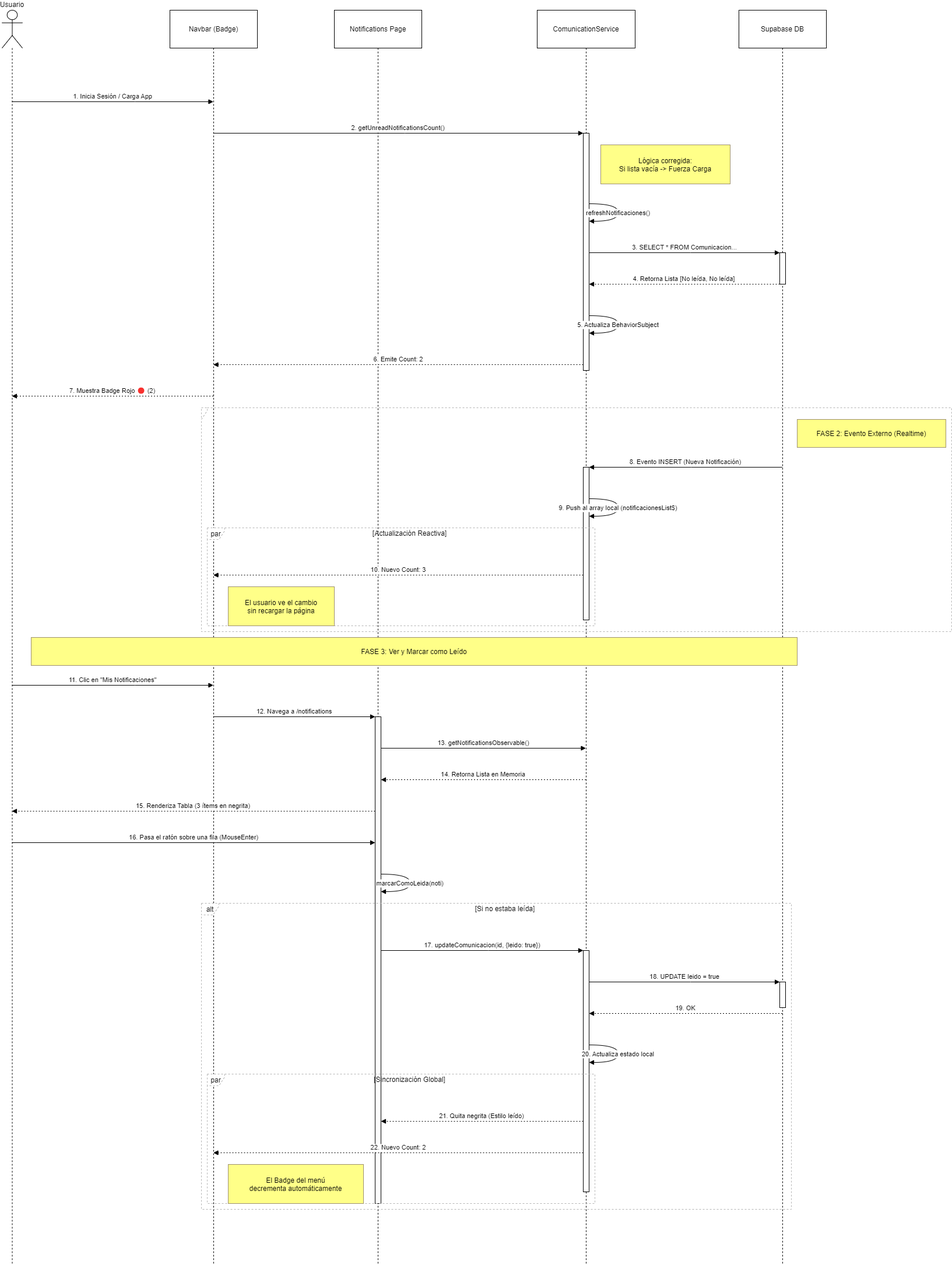
The draw.io diagram docs/diagramas/secuencias/notificaciones.drawio.png in egilp04/TFG_Cuidados, before a commit. Source tidied: cells renumbered, new cells last; positions are measured from the earlier drawing's top-left corner, leaving out a move shared by most shapes. Its diagram source:
```xml
<mxGraphModel>
  <root>
    <mxCell id="0" />
    <mxCell id="1" parent="0" />
    <mxCell id="2" value="Usuario" style="shape=umlLifeline;perimeter=lifelinePerimeter;whiteSpace=wrap;outlineConnect=0;portConstraint=eastwest;newEdgeStyle={&quot;edgeStyle&quot;:&quot;elbowEdgeStyle&quot;,&quot;elbow&quot;:&quot;vertical&quot;,&quot;curved&quot;:0,&quot;rounded&quot;:0};participant=umlActor;verticalAlign=bottom;labelPosition=center;verticalLabelPosition=top;align=center;size=65;" parent="1" vertex="1">
      <mxGeometry width="35" height="2152" as="geometry" />
    </mxCell>
    <mxCell id="3" value="Navbar (Badge)" style="shape=umlLifeline;perimeter=lifelinePerimeter;whiteSpace=wrap;outlineConnect=0;portConstraint=eastwest;newEdgeStyle={&quot;edgeStyle&quot;:&quot;elbowEdgeStyle&quot;,&quot;elbow&quot;:&quot;vertical&quot;,&quot;curved&quot;:0,&quot;rounded&quot;:0};size=65;" parent="1" vertex="1">
      <mxGeometry x="288" width="150" height="2152" as="geometry" />
    </mxCell>
    <mxCell id="4" value="Notifications Page" style="shape=umlLifeline;perimeter=lifelinePerimeter;whiteSpace=wrap;newEdgeStyle={&quot;edgeStyle&quot;:&quot;elbowEdgeStyle&quot;,&quot;elbow&quot;:&quot;vertical&quot;,&quot;curved&quot;:0,&quot;rounded&quot;:0};size=65;" parent="1" vertex="1">
      <mxGeometry x="570" width="150" height="2152" as="geometry" />
    </mxCell>
    <mxCell id="5" style="points=[];perimeter=orthogonalPerimeter;outlineConnect=0;targetShapes=umlLifeline;portConstraint=eastwest;newEdgeStyle={&quot;edgeStyle&quot;:&quot;elbowEdgeStyle&quot;,&quot;elbow&quot;:&quot;vertical&quot;,&quot;curved&quot;:0,&quot;rounded&quot;:0};" parent="4" vertex="1">
      <mxGeometry x="70" y="1212" width="10" height="835" as="geometry" />
    </mxCell>
    <mxCell id="6" value="ComunicationService" style="shape=umlLifeline;perimeter=lifelinePerimeter;whiteSpace=wrap;outlineConnect=0;portConstraint=eastwest;newEdgeStyle={&quot;edgeStyle&quot;:&quot;elbowEdgeStyle&quot;,&quot;elbow&quot;:&quot;vertical&quot;,&quot;curved&quot;:0,&quot;rounded&quot;:0};size=65;" parent="1" vertex="1">
      <mxGeometry x="918" width="168" height="2152" as="geometry" />
    </mxCell>
    <mxCell id="7" style="points=[];perimeter=orthogonalPerimeter;outlineConnect=0;targetShapes=umlLifeline;portConstraint=eastwest;newEdgeStyle={&quot;edgeStyle&quot;:&quot;elbowEdgeStyle&quot;,&quot;elbow&quot;:&quot;vertical&quot;,&quot;curved&quot;:0,&quot;rounded&quot;:0};" parent="6" vertex="1">
      <mxGeometry x="79" y="211" width="10" height="407" as="geometry" />
    </mxCell>
    <mxCell id="8" style="points=[];perimeter=orthogonalPerimeter;outlineConnect=0;targetShapes=umlLifeline;portConstraint=eastwest;newEdgeStyle={&quot;edgeStyle&quot;:&quot;elbowEdgeStyle&quot;,&quot;elbow&quot;:&quot;vertical&quot;,&quot;curved&quot;:0,&quot;rounded&quot;:0};" parent="6" vertex="1">
      <mxGeometry x="79" y="784" width="10" height="262" as="geometry" />
    </mxCell>
    <mxCell id="9" style="points=[];perimeter=orthogonalPerimeter;outlineConnect=0;targetShapes=umlLifeline;portConstraint=eastwest;newEdgeStyle={&quot;edgeStyle&quot;:&quot;elbowEdgeStyle&quot;,&quot;elbow&quot;:&quot;vertical&quot;,&quot;curved&quot;:0,&quot;rounded&quot;:0};" parent="6" vertex="1">
      <mxGeometry x="79" y="1613" width="10" height="414" as="geometry" />
    </mxCell>
    <mxCell id="10" value="Supabase DB" style="shape=umlLifeline;perimeter=lifelinePerimeter;whiteSpace=wrap;outlineConnect=0;portConstraint=eastwest;newEdgeStyle={&quot;edgeStyle&quot;:&quot;elbowEdgeStyle&quot;,&quot;elbow&quot;:&quot;vertical&quot;,&quot;curved&quot;:0,&quot;rounded&quot;:0};size=65;" parent="1" vertex="1">
      <mxGeometry x="1264" width="150" height="2152" as="geometry" />
    </mxCell>
    <mxCell id="11" style="points=[];perimeter=orthogonalPerimeter;outlineConnect=0;targetShapes=umlLifeline;portConstraint=eastwest;newEdgeStyle={&quot;edgeStyle&quot;:&quot;elbowEdgeStyle&quot;,&quot;elbow&quot;:&quot;vertical&quot;,&quot;curved&quot;:0,&quot;rounded&quot;:0};" parent="10" vertex="1">
      <mxGeometry x="70" y="416" width="10" height="54" as="geometry" />
    </mxCell>
    <mxCell id="12" style="points=[];perimeter=orthogonalPerimeter;outlineConnect=0;targetShapes=umlLifeline;portConstraint=eastwest;newEdgeStyle={&quot;edgeStyle&quot;:&quot;elbowEdgeStyle&quot;,&quot;elbow&quot;:&quot;vertical&quot;,&quot;curved&quot;:0,&quot;rounded&quot;:0};" parent="10" vertex="1">
      <mxGeometry x="70" y="1667" width="10" height="44" as="geometry" />
    </mxCell>
    <mxCell id="13" value="par" style="shape=umlFrame;dashed=1;strokeColor=#B3B3B3;height=20;width=30;" parent="1" vertex="1">
      <mxGeometry x="352" y="888" width="665" height="168" as="geometry" />
    </mxCell>
    <mxCell id="14" value="[Actualización Reactiva]" style="text;strokeColor=none;fillColor=none;align=center;verticalAlign=middle;whiteSpace=wrap;" parent="13" vertex="1">
      <mxGeometry x="30" width="635" height="20" as="geometry" />
    </mxCell>
    <mxCell id="15" style="shape=umlFrame;dashed=1;strokeColor=#B3B3B3;height=20;width=0;" parent="1" vertex="1">
      <mxGeometry x="342" y="682" width="1287" height="384" as="geometry" />
    </mxCell>
    <mxCell id="16" style="text;strokeColor=none;fillColor=none;align=center;verticalAlign=middle;whiteSpace=wrap;" parent="15" vertex="1">
      <mxGeometry width="1287" height="20" as="geometry" />
    </mxCell>
    <mxCell id="17" value="par" style="shape=umlFrame;dashed=1;strokeColor=#B3B3B3;height=20;width=30;" parent="1" vertex="1">
      <mxGeometry x="352" y="1825" width="665" height="222" as="geometry" />
    </mxCell>
    <mxCell id="18" value="[Sincronización Global]" style="text;strokeColor=none;fillColor=none;align=center;verticalAlign=middle;whiteSpace=wrap;" parent="17" vertex="1">
      <mxGeometry x="30" width="635" height="20" as="geometry" />
    </mxCell>
    <mxCell id="19" value="alt" style="shape=umlFrame;dashed=1;strokeColor=#B3B3B3;height=20;width=30;" parent="1" vertex="1">
      <mxGeometry x="342" y="1532" width="1012" height="525" as="geometry" />
    </mxCell>
    <mxCell id="20" value="[Si no estaba leída]" style="text;strokeColor=none;fillColor=none;align=center;verticalAlign=middle;whiteSpace=wrap;" parent="19" vertex="1">
      <mxGeometry x="30" width="982" height="20" as="geometry" />
    </mxCell>
    <mxCell id="21" value="1. Inicia Sesión / Carga App" style="verticalAlign=bottom;edgeStyle=elbowEdgeStyle;elbow=vertical;curved=0;rounded=0;endArrow=block;" parent="1" edge="1" source="2" target="3">
      <mxGeometry relative="1" as="geometry">
        <Array as="points">
          <mxPoint x="228" y="157" />
        </Array>
      </mxGeometry>
    </mxCell>
    <mxCell id="22" value="2. getUnreadNotificationsCount()" style="verticalAlign=bottom;edgeStyle=elbowEdgeStyle;elbow=vertical;curved=0;rounded=0;endArrow=block;" parent="1" edge="1" source="3" target="7">
      <mxGeometry relative="1" as="geometry">
        <Array as="points">
          <mxPoint x="691" y="211" />
        </Array>
      </mxGeometry>
    </mxCell>
    <mxCell id="23" value="refreshNotificaciones()" style="curved=1;endArrow=block;rounded=0;" parent="1" edge="1" source="7" target="7">
      <mxGeometry relative="1" as="geometry">
        <Array as="points">
          <mxPoint x="1057" y="332" />
          <mxPoint x="1057" y="362" />
        </Array>
      </mxGeometry>
    </mxCell>
    <mxCell id="24" value="3. SELECT * FROM Comunicacion..." style="verticalAlign=bottom;edgeStyle=elbowEdgeStyle;elbow=vertical;curved=0;rounded=0;endArrow=block;" parent="1" edge="1" source="7" target="11">
      <mxGeometry relative="1" as="geometry">
        <Array as="points">
          <mxPoint x="1181" y="416" />
        </Array>
      </mxGeometry>
    </mxCell>
    <mxCell id="25" value="4. Retorna Lista [No leída, No leída]" style="verticalAlign=bottom;edgeStyle=elbowEdgeStyle;elbow=vertical;curved=0;rounded=0;dashed=1;dashPattern=2 3;endArrow=block;" parent="1" edge="1" source="11" target="7">
      <mxGeometry relative="1" as="geometry">
        <Array as="points">
          <mxPoint x="1182" y="470" />
        </Array>
      </mxGeometry>
    </mxCell>
    <mxCell id="26" value="5. Actualiza BehaviorSubject" style="curved=1;endArrow=block;rounded=0;" parent="1" edge="1" source="7" target="7">
      <mxGeometry relative="1" as="geometry">
        <Array as="points">
          <mxPoint x="1057" y="524" />
          <mxPoint x="1057" y="554" />
        </Array>
      </mxGeometry>
    </mxCell>
    <mxCell id="27" value="6. Emite Count: 2" style="verticalAlign=bottom;edgeStyle=elbowEdgeStyle;elbow=vertical;curved=0;rounded=0;dashed=1;dashPattern=2 3;endArrow=block;" parent="1" edge="1" source="7" target="3">
      <mxGeometry relative="1" as="geometry">
        <Array as="points">
          <mxPoint x="692" y="608" />
        </Array>
      </mxGeometry>
    </mxCell>
    <mxCell id="28" value="7. Muestra Badge Rojo 🔴 (2)" style="verticalAlign=bottom;edgeStyle=elbowEdgeStyle;elbow=vertical;curved=0;rounded=0;dashed=1;dashPattern=2 3;endArrow=block;" parent="1" edge="1" source="3" target="2">
      <mxGeometry relative="1" as="geometry">
        <Array as="points">
          <mxPoint x="231" y="662" />
        </Array>
      </mxGeometry>
    </mxCell>
    <mxCell id="29" value="8. Evento INSERT (Nueva Notificación)" style="verticalAlign=bottom;edgeStyle=elbowEdgeStyle;elbow=vertical;curved=0;rounded=0;endArrow=block;" parent="1" edge="1" source="10" target="8">
      <mxGeometry relative="1" as="geometry">
        <Array as="points">
          <mxPoint x="1182" y="784" />
        </Array>
      </mxGeometry>
    </mxCell>
    <mxCell id="30" value="9. Push al array local (notificacionesList$)" style="curved=1;endArrow=block;rounded=0;" parent="1" edge="1" source="8" target="8">
      <mxGeometry relative="1" as="geometry">
        <Array as="points">
          <mxPoint x="1057" y="838" />
          <mxPoint x="1057" y="868" />
        </Array>
      </mxGeometry>
    </mxCell>
    <mxCell id="31" value="10. Nuevo Count: 3" style="verticalAlign=bottom;edgeStyle=elbowEdgeStyle;elbow=vertical;curved=0;rounded=0;dashed=1;dashPattern=2 3;endArrow=block;" parent="1" edge="1" source="8" target="3">
      <mxGeometry relative="1" as="geometry">
        <Array as="points">
          <mxPoint x="692" y="969" />
        </Array>
      </mxGeometry>
    </mxCell>
    <mxCell id="32" value="11. Clic en &quot;Mis Notificaciones&quot;" style="verticalAlign=bottom;edgeStyle=elbowEdgeStyle;elbow=vertical;curved=0;rounded=0;endArrow=block;" parent="1" edge="1" source="2" target="3">
      <mxGeometry relative="1" as="geometry">
        <Array as="points">
          <mxPoint x="228" y="1158" />
        </Array>
      </mxGeometry>
    </mxCell>
    <mxCell id="33" value="12. Navega a /notifications" style="verticalAlign=bottom;edgeStyle=elbowEdgeStyle;elbow=vertical;curved=0;rounded=0;endArrow=block;" parent="1" edge="1" source="3" target="5">
      <mxGeometry relative="1" as="geometry">
        <Array as="points">
          <mxPoint x="513" y="1212" />
        </Array>
      </mxGeometry>
    </mxCell>
    <mxCell id="34" value="13. getNotificationsObservable()" style="verticalAlign=bottom;edgeStyle=elbowEdgeStyle;elbow=vertical;curved=0;rounded=0;endArrow=block;" parent="1" edge="1" source="5" target="6">
      <mxGeometry relative="1" as="geometry">
        <Array as="points">
          <mxPoint x="834" y="1266" />
        </Array>
      </mxGeometry>
    </mxCell>
    <mxCell id="35" value="14. Retorna Lista en Memoria" style="verticalAlign=bottom;edgeStyle=elbowEdgeStyle;elbow=vertical;curved=0;rounded=0;dashed=1;dashPattern=2 3;endArrow=block;" parent="1" edge="1" source="6" target="5">
      <mxGeometry relative="1" as="geometry">
        <Array as="points">
          <mxPoint x="837" y="1320" />
        </Array>
      </mxGeometry>
    </mxCell>
    <mxCell id="36" value="15. Renderiza Tabla (3 ítems en negrita)" style="verticalAlign=bottom;edgeStyle=elbowEdgeStyle;elbow=vertical;curved=0;rounded=0;dashed=1;dashPattern=2 3;endArrow=block;" parent="1" edge="1" source="5" target="2">
      <mxGeometry relative="1" as="geometry">
        <Array as="points">
          <mxPoint x="370" y="1374" />
        </Array>
      </mxGeometry>
    </mxCell>
    <mxCell id="37" value="16. Pasa el ratón sobre una fila (MouseEnter)" style="verticalAlign=bottom;edgeStyle=elbowEdgeStyle;elbow=vertical;curved=0;rounded=0;endArrow=block;" parent="1" edge="1" source="2" target="5">
      <mxGeometry relative="1" as="geometry">
        <Array as="points">
          <mxPoint x="367" y="1428" />
        </Array>
      </mxGeometry>
    </mxCell>
    <mxCell id="38" value="marcarComoLeida(noti)" style="curved=1;endArrow=block;rounded=0;" parent="1" edge="1" source="5" target="5">
      <mxGeometry relative="1" as="geometry">
        <Array as="points">
          <mxPoint x="700" y="1482" />
          <mxPoint x="700" y="1512" />
        </Array>
      </mxGeometry>
    </mxCell>
    <mxCell id="39" value="17. updateComunicacion(id, {leido: true})" style="verticalAlign=bottom;edgeStyle=elbowEdgeStyle;elbow=vertical;curved=0;rounded=0;endArrow=block;" parent="1" edge="1" source="5" target="9">
      <mxGeometry relative="1" as="geometry">
        <Array as="points">
          <mxPoint x="834" y="1613" />
        </Array>
      </mxGeometry>
    </mxCell>
    <mxCell id="40" value="18. UPDATE leido = true" style="verticalAlign=bottom;edgeStyle=elbowEdgeStyle;elbow=vertical;curved=0;rounded=0;endArrow=block;" parent="1" edge="1" source="9" target="12">
      <mxGeometry relative="1" as="geometry">
        <Array as="points">
          <mxPoint x="1181" y="1667" />
        </Array>
      </mxGeometry>
    </mxCell>
    <mxCell id="41" value="19. OK" style="verticalAlign=bottom;edgeStyle=elbowEdgeStyle;elbow=vertical;curved=0;rounded=0;dashed=1;dashPattern=2 3;endArrow=block;" parent="1" edge="1" source="10" target="9">
      <mxGeometry relative="1" as="geometry">
        <Array as="points">
          <mxPoint x="1182" y="1721" />
        </Array>
      </mxGeometry>
    </mxCell>
    <mxCell id="42" value="20. Actualiza estado local" style="curved=1;endArrow=block;rounded=0;" parent="1" edge="1" source="9" target="9">
      <mxGeometry relative="1" as="geometry">
        <Array as="points">
          <mxPoint x="1057" y="1775" />
          <mxPoint x="1057" y="1805" />
        </Array>
      </mxGeometry>
    </mxCell>
    <mxCell id="43" value="21. Quita negrita (Estilo leído)" style="verticalAlign=bottom;edgeStyle=elbowEdgeStyle;elbow=vertical;curved=0;rounded=0;dashed=1;dashPattern=2 3;endArrow=block;" parent="1" edge="1" source="9" target="5">
      <mxGeometry relative="1" as="geometry">
        <Array as="points">
          <mxPoint x="835" y="1906" />
        </Array>
      </mxGeometry>
    </mxCell>
    <mxCell id="44" value="22. Nuevo Count: 2" style="verticalAlign=bottom;edgeStyle=elbowEdgeStyle;elbow=vertical;curved=0;rounded=0;dashed=1;dashPattern=2 3;endArrow=block;" parent="1" edge="1" source="9" target="3">
      <mxGeometry relative="1" as="geometry">
        <Array as="points">
          <mxPoint x="692" y="1960" />
        </Array>
      </mxGeometry>
    </mxCell>
    <mxCell id="45" value="Lógica corregida:&#10;Si lista vacía -&gt; Fuerza Carga" style="fillColor=#ffff88;strokeColor=#9E916F;" parent="1" vertex="1">
      <mxGeometry x="1027" y="231" width="222" height="67" as="geometry" />
    </mxCell>
    <mxCell id="46" value="FASE 2: Evento Externo (Realtime)" style="fillColor=#ffff88;strokeColor=#9E916F;" parent="1" vertex="1">
      <mxGeometry x="1364" y="702" width="255" height="48" as="geometry" />
    </mxCell>
    <mxCell id="47" value="El usuario ve el cambio&#10;sin recargar la página" style="fillColor=#ffff88;strokeColor=#9E916F;" parent="1" vertex="1">
      <mxGeometry x="388" y="989" width="182" height="67" as="geometry" />
    </mxCell>
    <mxCell id="48" value="FASE 3: Ver y Marcar como Leído" style="fillColor=#ffff88;strokeColor=#9E916F;" parent="1" vertex="1">
      <mxGeometry x="50" y="1076" width="1314" height="48" as="geometry" />
    </mxCell>
    <mxCell id="49" value="El Badge del menú&#10;decrementa automáticamente" style="fillColor=#ffff88;strokeColor=#9E916F;" parent="1" vertex="1">
      <mxGeometry x="388" y="1980" width="232" height="67" as="geometry" />
    </mxCell>
  </root>
</mxGraphModel>
```
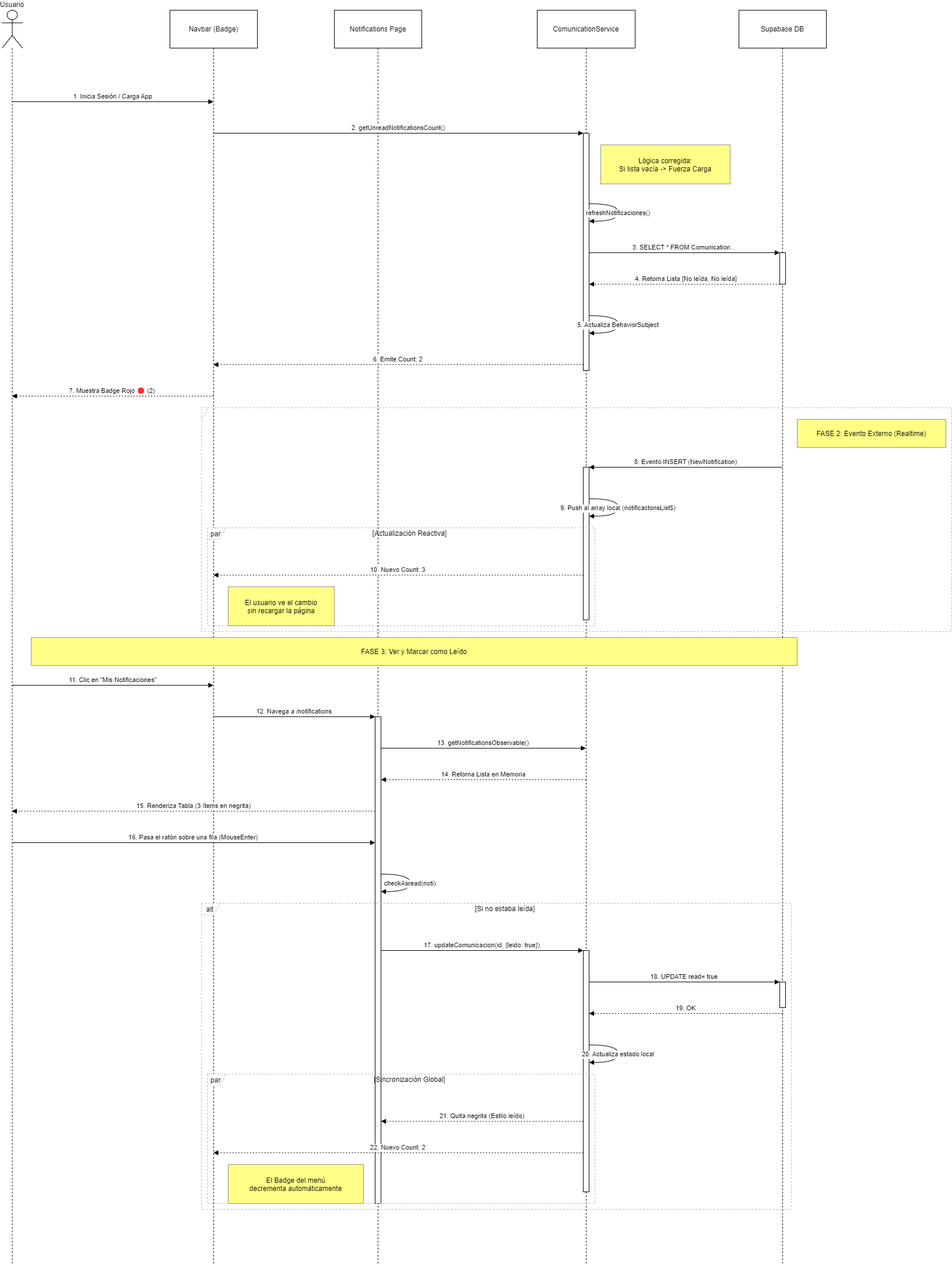
Later version of the same file.

The edit, as a diff of the source:
```diff
@@ -81,7 +81,7 @@
         </Array>
       </mxGeometry>
     </mxCell>
-    <mxCell id="24" value="3. SELECT * FROM Comunicacion..." style="verticalAlign=bottom;edgeStyle=elbowEdgeStyle;elbow=vertical;curved=0;rounded=0;endArrow=block;" parent="1" edge="1" source="7" target="11">
+    <mxCell id="24" value="3. SELECT * FROM Comunication..." style="verticalAlign=bottom;edgeStyle=elbowEdgeStyle;elbow=vertical;curved=0;rounded=0;endArrow=block;" parent="1" edge="1" source="7" target="11">
       <mxGeometry relative="1" as="geometry">
         <Array as="points">
           <mxPoint x="1181" y="416" />
@@ -117,14 +117,14 @@
         </Array>
       </mxGeometry>
     </mxCell>
-    <mxCell id="29" value="8. Evento INSERT (Nueva Notificación)" style="verticalAlign=bottom;edgeStyle=elbowEdgeStyle;elbow=vertical;curved=0;rounded=0;endArrow=block;" parent="1" edge="1" source="10" target="8">
+    <mxCell id="29" value="8. Evento INSERT (NewNotification)" style="verticalAlign=bottom;edgeStyle=elbowEdgeStyle;elbow=vertical;curved=0;rounded=0;endArrow=block;" parent="1" edge="1" source="10" target="8">
       <mxGeometry relative="1" as="geometry">
         <Array as="points">
           <mxPoint x="1182" y="784" />
         </Array>
       </mxGeometry>
     </mxCell>
-    <mxCell id="30" value="9. Push al array local (notificacionesList$)" style="curved=1;endArrow=block;rounded=0;" parent="1" edge="1" source="8" target="8">
+    <mxCell id="30" value="9. Push al array local (notificactonsList$)" style="curved=1;endArrow=block;rounded=0;" parent="1" edge="1" source="8" target="8">
       <mxGeometry relative="1" as="geometry">
         <Array as="points">
           <mxPoint x="1057" y="838" />
@@ -181,7 +181,7 @@
         </Array>
       </mxGeometry>
     </mxCell>
-    <mxCell id="38" value="marcarComoLeida(noti)" style="curved=1;endArrow=block;rounded=0;" parent="1" edge="1" source="5" target="5">
+    <mxCell id="38" value="checkAsread(noti)" style="curved=1;endArrow=block;rounded=0;" parent="1" edge="1" source="5" target="5">
       <mxGeometry relative="1" as="geometry">
         <Array as="points">
           <mxPoint x="700" y="1482" />
@@ -196,7 +196,7 @@
         </Array>
       </mxGeometry>
     </mxCell>
-    <mxCell id="40" value="18. UPDATE leido = true" style="verticalAlign=bottom;edgeStyle=elbowEdgeStyle;elbow=vertical;curved=0;rounded=0;endArrow=block;" parent="1" edge="1" source="9" target="12">
+    <mxCell id="40" value="18. UPDATE read= true" style="verticalAlign=bottom;edgeStyle=elbowEdgeStyle;elbow=vertical;curved=0;rounded=0;endArrow=block;" parent="1" edge="1" source="9" target="12">
       <mxGeometry relative="1" as="geometry">
         <Array as="points">
           <mxPoint x="1181" y="1667" />
```
